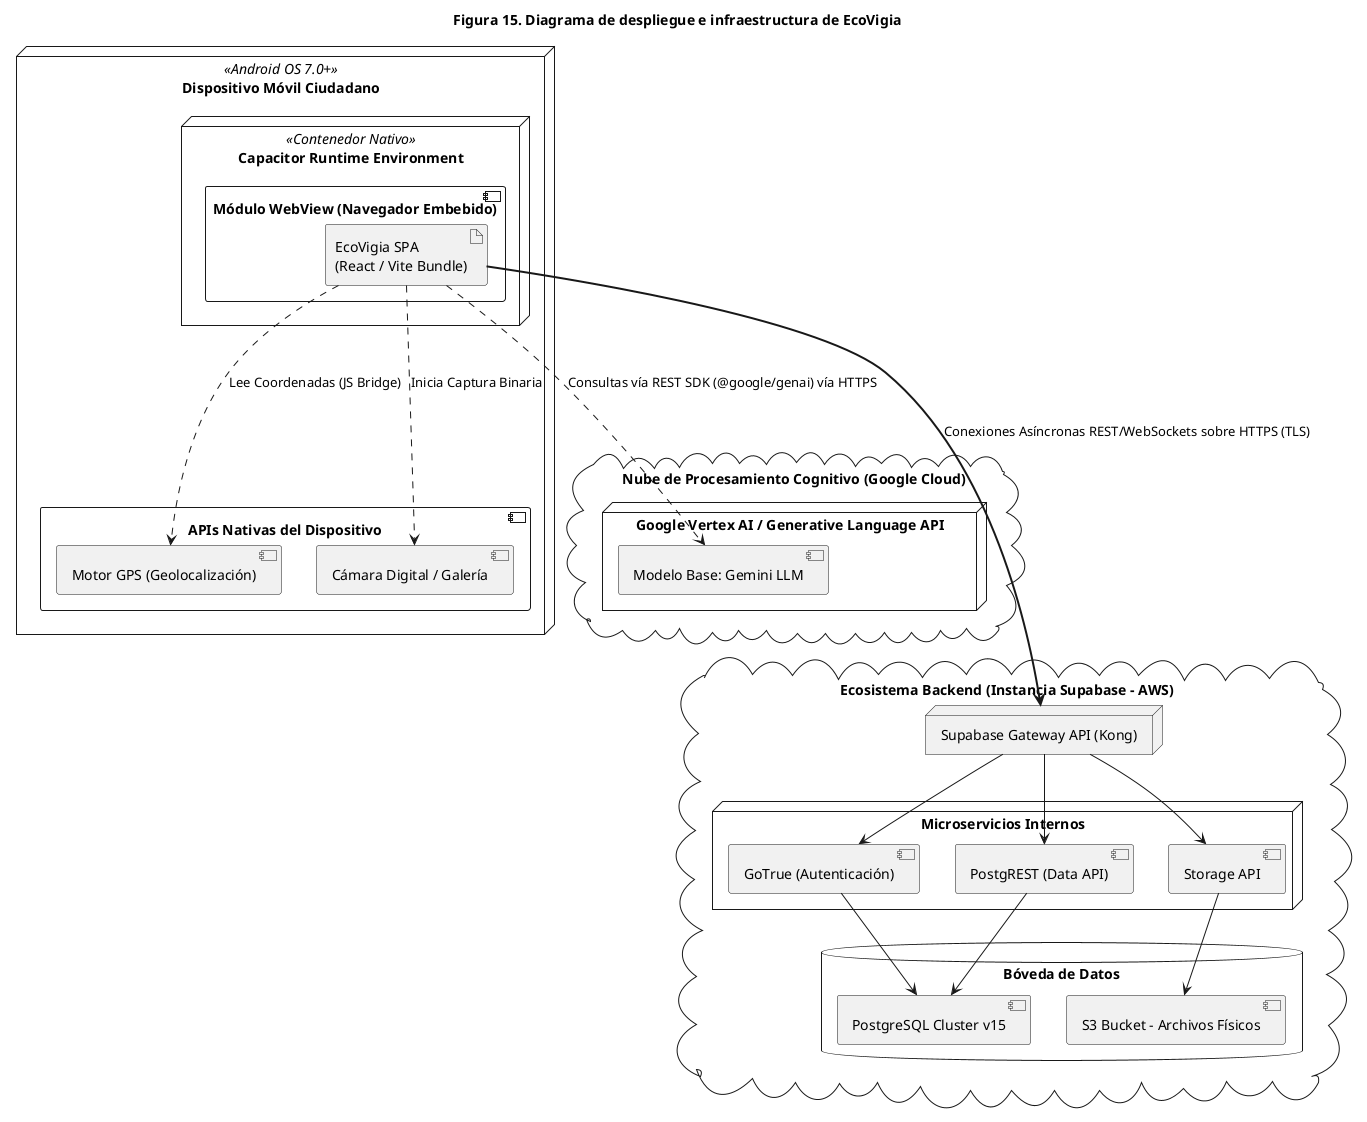
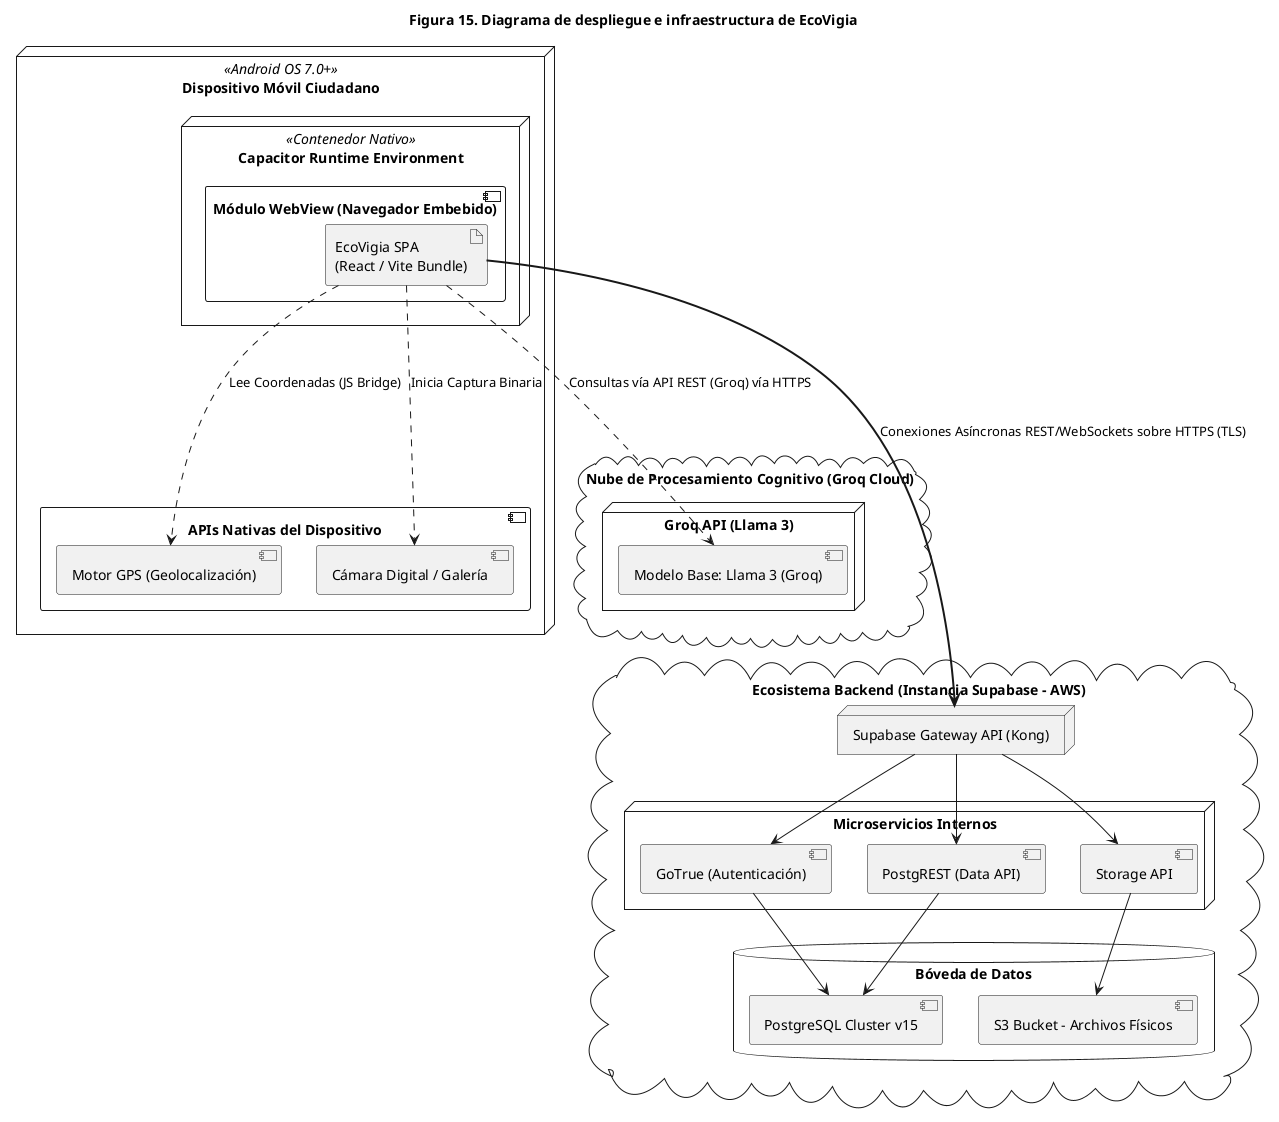
@startuml

title Figura 15. Diagrama de despliegue e infraestructura de EcoVigia

node "Dispositivo Móvil Ciudadano" <<Android OS 7.0+>> {

  node "Capacitor Runtime Environment" <<Contenedor Nativo>> {
    component "Módulo WebView (Navegador Embebido)" {
      artifact "EcoVigia SPA\n(React / Vite Bundle)" as SPA
    }
  }

  component "APIs Nativas del Dispositivo" {
    [Motor GPS (Geolocalización)] as GPS
    [Cámara Digital / Galería] as Camera
  }

  SPA -.-> GPS : "Lee Coordenadas (JS Bridge)"
  SPA -.-> Camera : "Inicia Captura Binaria"
}

- cloud "Nube de Procesamiento Cognitivo (Google Cloud)" as GCP {
-   node "Google Vertex AI / Generative Language API" {
-      [Modelo Base: Gemini LLM] as LLM
+ cloud "Nube de Procesamiento Cognitivo (Groq Cloud)" as GroqCloud {
+   node "Groq API (Llama 3)" {
+      [Modelo Base: Llama 3 (Groq)] as LLM
  }
}

cloud "Ecosistema Backend (Instancia Supabase - AWS)" as SupabasePlatform {
  node "Supabase Gateway API (Kong)" as Kong

  node "Microservicios Internos" {
    [GoTrue (Autenticación)] as GoTrue
    [PostgREST (Data API)] as PostgREST
    [Storage API] as StorageAPI
  }

  database "Bóveda de Datos" {
    [PostgreSQL Cluster v15] as Postgres
    [S3 Bucket - Archivos Físicos] as S3
  }

  Kong --> GoTrue
  Kong --> PostgREST
  Kong --> StorageAPI

  GoTrue --> Postgres
  PostgREST --> Postgres
  StorageAPI --> S3
}

' Relaciones de Tráfico de Red (Externas)
SPA ====> Kong : "Conexiones Asíncronas REST/WebSockets sobre HTTPS (TLS)"
- SPA ...> LLM : "Consultas vía REST SDK (@google/genai) vía HTTPS"
+ SPA ...> LLM : "Consultas vía API REST (Groq) vía HTTPS"
@enduml
